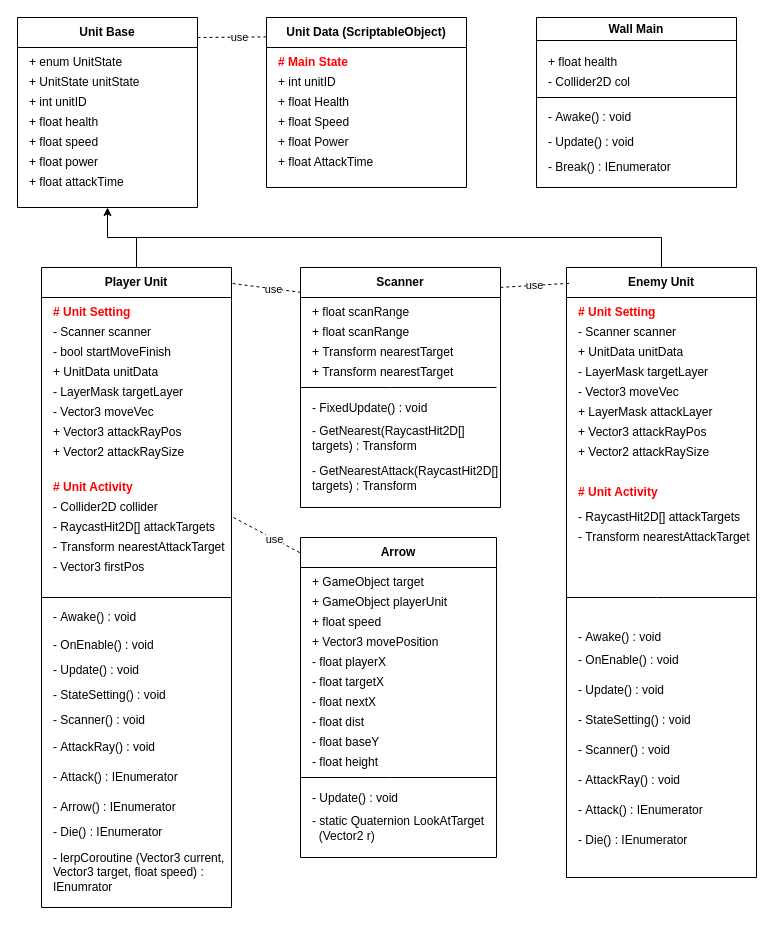
Before: page "Battle" (2 of 3) of Project_CSD.drawio in YJU-Capstone-Design/Capstone-Design, a draw.io diagram. Source tidied: cells renumbered, new cells numbered last; positions are measured from the earlier drawing's top-left corner, leaving out a move shared by most shapes. Both pictures are drawn from the tidied source at 100%, with x=0, y=0 at pixel (17, 17).
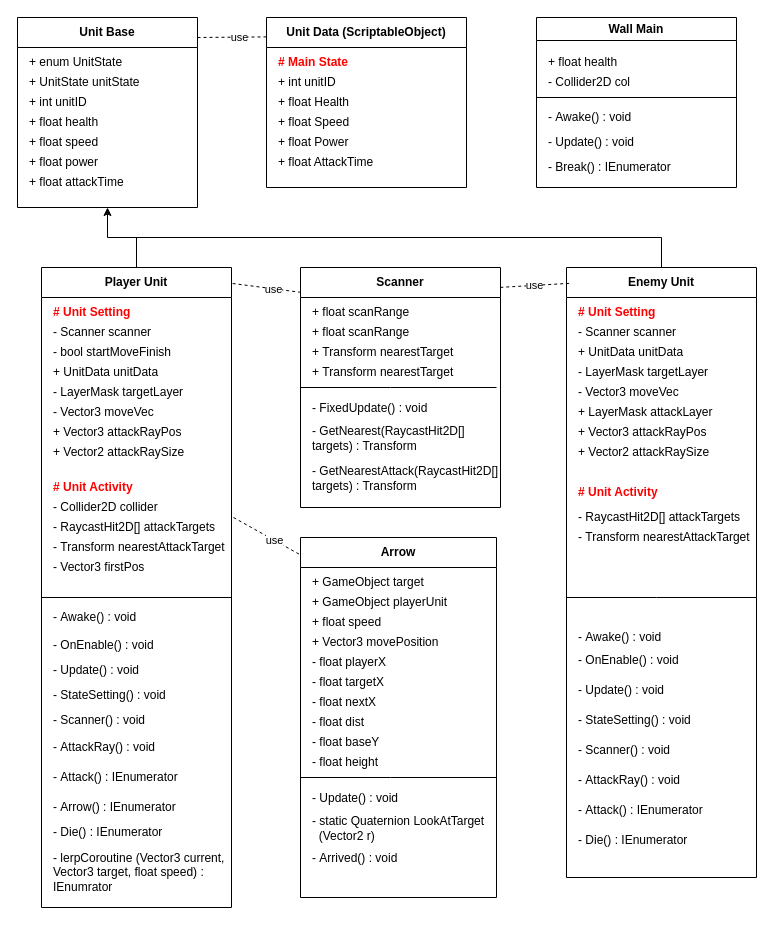
After the change.

Diff of the diagram source:
```diff
@@
     <mxCell id="85" value="Arrow" style="swimlane;whiteSpace=wrap;html=1;startSize=30;" parent="1" vertex="1">
-      <mxGeometry x="283" y="520" width="196" height="320" as="geometry" />
+      <mxGeometry x="283" y="520" width="196" height="360" as="geometry" />
     </mxCell>
@@
+    <mxCell id="103" value="-&amp;nbsp;Arrived() : void" style="text;html=1;align=left;verticalAlign=middle;whiteSpace=wrap;rounded=0;" parent="85" vertex="1">
+      <mxGeometry x="10" y="320" width="150" as="geometry" />
+    </mxCell>
```
